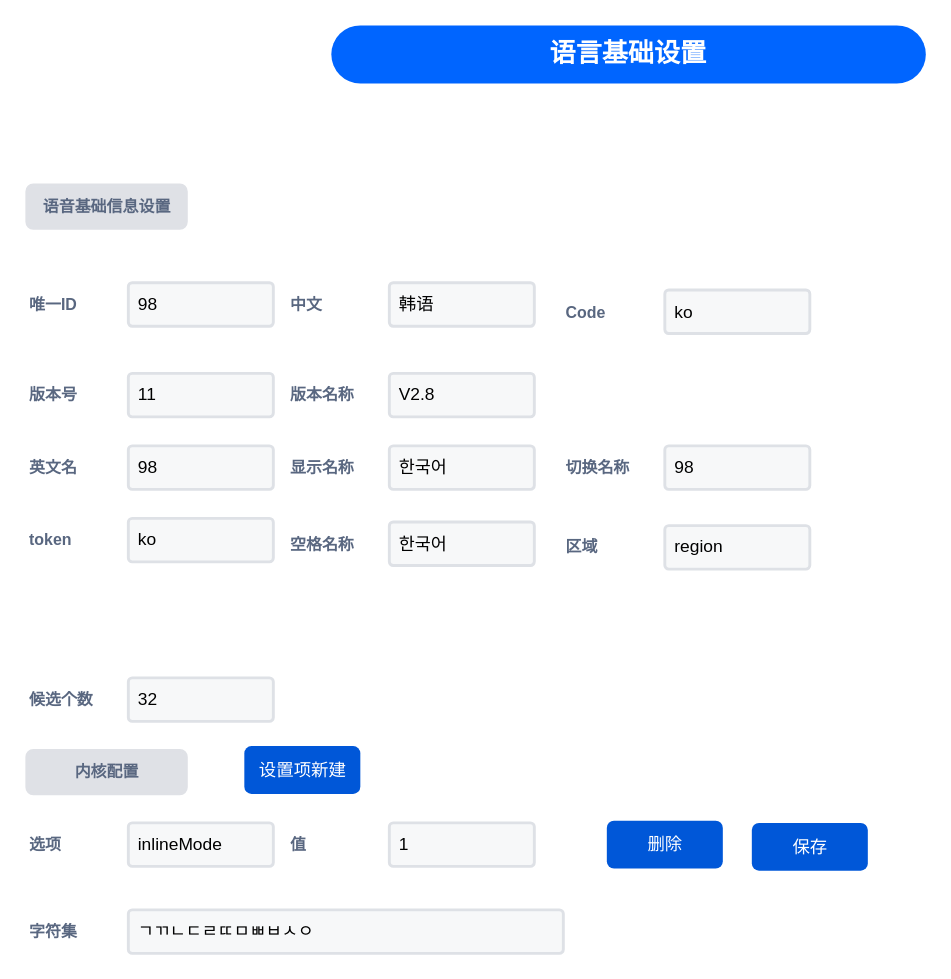
chonglv/charts keeps this draw.io diagram as layout-editor/语言基本信息.drawio. Above is the earlier version. Source tidied: cells renumbered, new cells numbered last; positions are measured from the earlier drawing's top-left corner, leaving out a move shared by most shapes. Both pictures are drawn from the tidied source at 145%, with x=0, y=0 at pixel (26, 25).
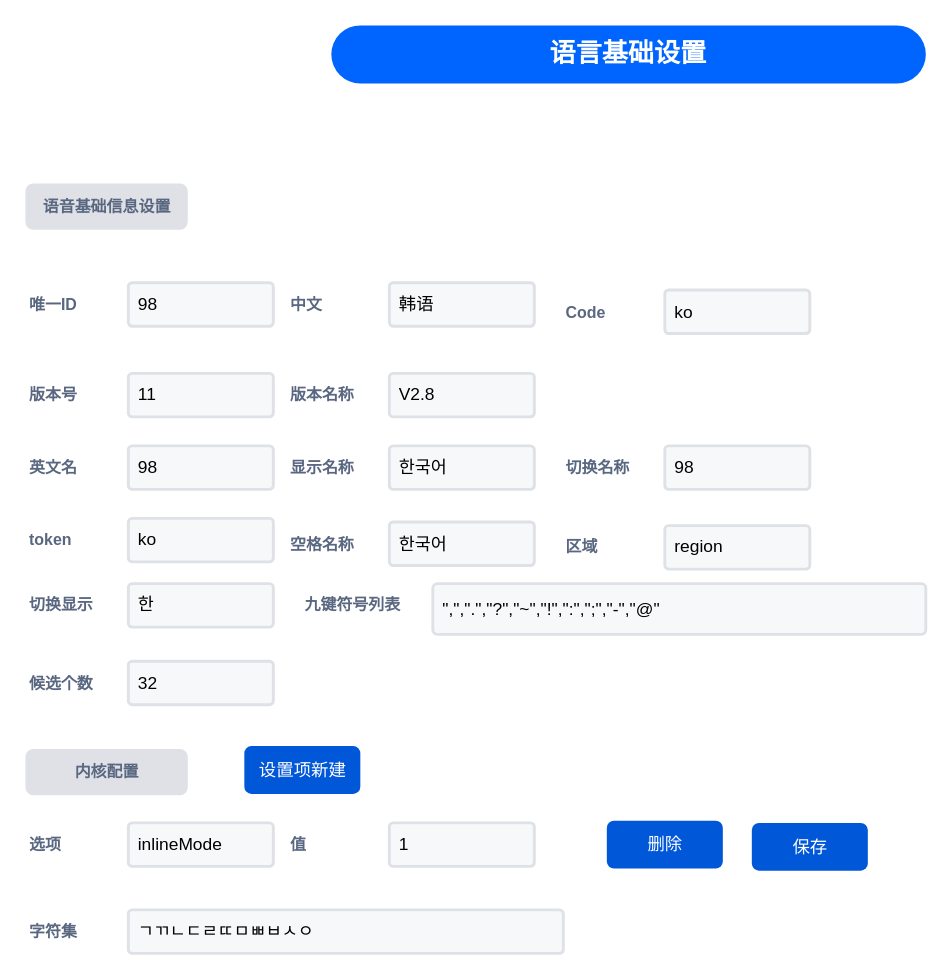
The same page after the edit.

Commit message:
更新语言基本信息.drawio

What changed in the source:
```diff
@@
     <mxCell id="22" value="候选个数" style="fillColor=none;strokeColor=none;html=1;fontSize=11;fontStyle=0;align=left;fontColor=#596780;fontStyle=1;fontSize=11;" parent="1" vertex="1">
-      <mxGeometry y="455" width="60" height="20" as="geometry" />
+      <mxGeometry y="443.5" width="60" height="20" as="geometry" />
     </mxCell>
     <mxCell id="23" value="32" style="rounded=1;arcSize=9;fillColor=#F7F8F9;align=left;spacingLeft=5;strokeColor=#DEE1E6;html=1;strokeWidth=2;fontSize=12;" parent="1" vertex="1">
-      <mxGeometry x="70" y="450" width="100" height="30" as="geometry" />
+      <mxGeometry x="70" y="438.5" width="100" height="30" as="geometry" />
     </mxCell>
@@
+    <mxCell id="38" value="切换显示" style="fillColor=none;strokeColor=none;html=1;fontSize=11;fontStyle=0;align=left;fontColor=#596780;fontStyle=1;fontSize=11;" parent="1" vertex="1">
+      <mxGeometry y="390" width="60" height="20" as="geometry" />
+    </mxCell>
+    <mxCell id="39" value="한" style="rounded=1;arcSize=9;fillColor=#F7F8F9;align=left;spacingLeft=5;strokeColor=#DEE1E6;html=1;strokeWidth=2;fontSize=12;" parent="1" vertex="1">
+      <mxGeometry x="70" y="385" width="100" height="30" as="geometry" />
+    </mxCell>
+    <mxCell id="40" value="九键符号列表" style="fillColor=none;strokeColor=none;html=1;fontSize=11;fontStyle=0;align=left;fontColor=#596780;fontStyle=1;fontSize=11;" parent="1" vertex="1">
+      <mxGeometry x="190" y="390" width="60" height="20" as="geometry" />
+    </mxCell>
+    <mxCell id="41" value="&quot;,&quot;,&quot;.&quot;,&quot;?&quot;,&quot;~&quot;,&quot;!&quot;,&quot;:&quot;,&quot;;&quot;,&quot;-&quot;,&quot;@&quot;" style="rounded=1;arcSize=9;fillColor=#F7F8F9;align=left;spacingLeft=5;strokeColor=#DEE1E6;html=1;strokeWidth=2;fontSize=12;" parent="1" vertex="1">
+      <mxGeometry x="280" y="385" width="340" height="35" as="geometry" />
+    </mxCell>
```
